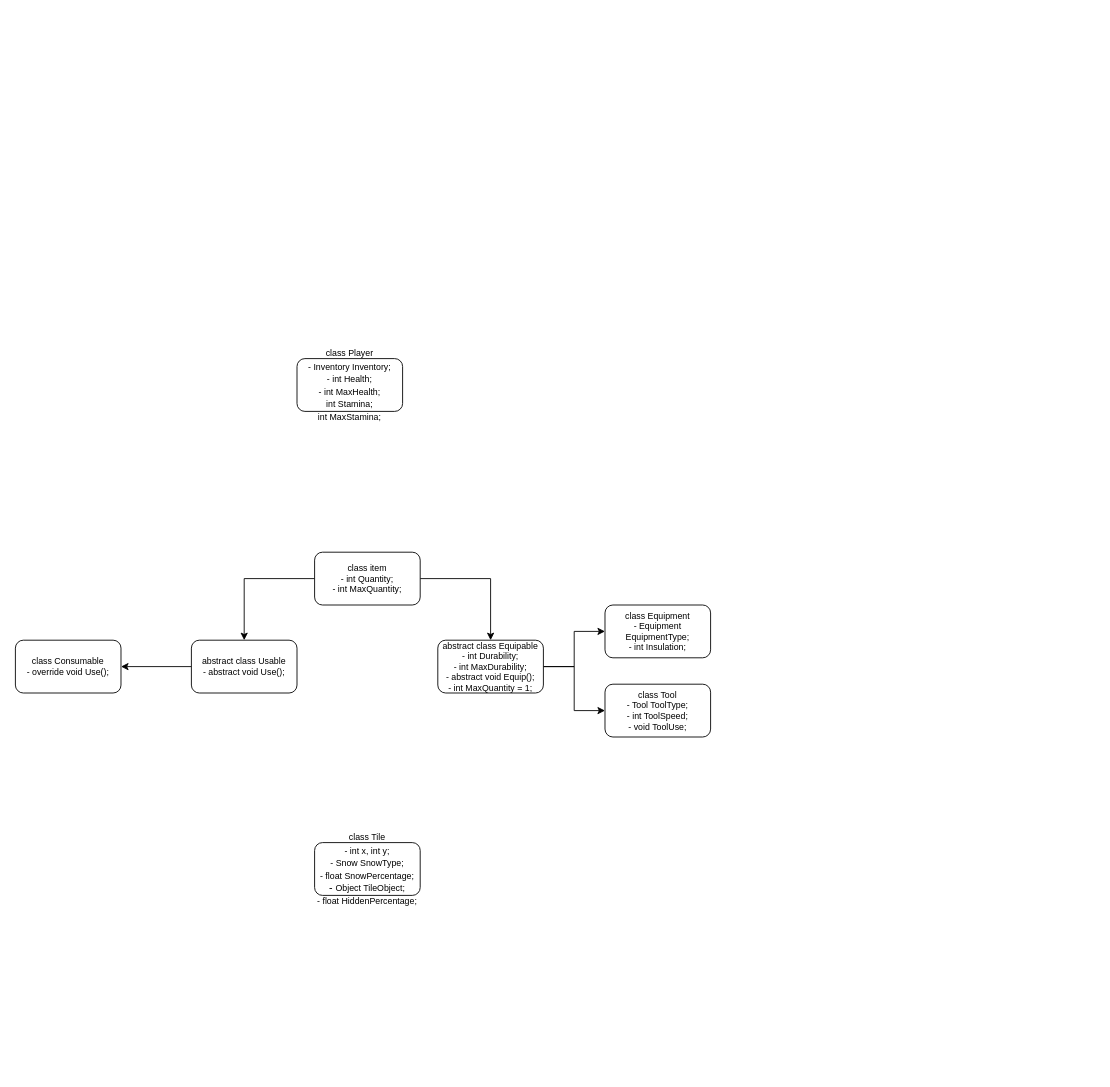
Before: Assets/architecture.drawio in SlimeChannel/snow, a draw.io diagram. Source tidied: cells renumbered, new cells numbered last; positions are measured from the earlier drawing's top-left corner, leaving out a move shared by most shapes. Both pictures are drawn from the tidied source at 88%, with x=0, y=0 at pixel (15, 358).
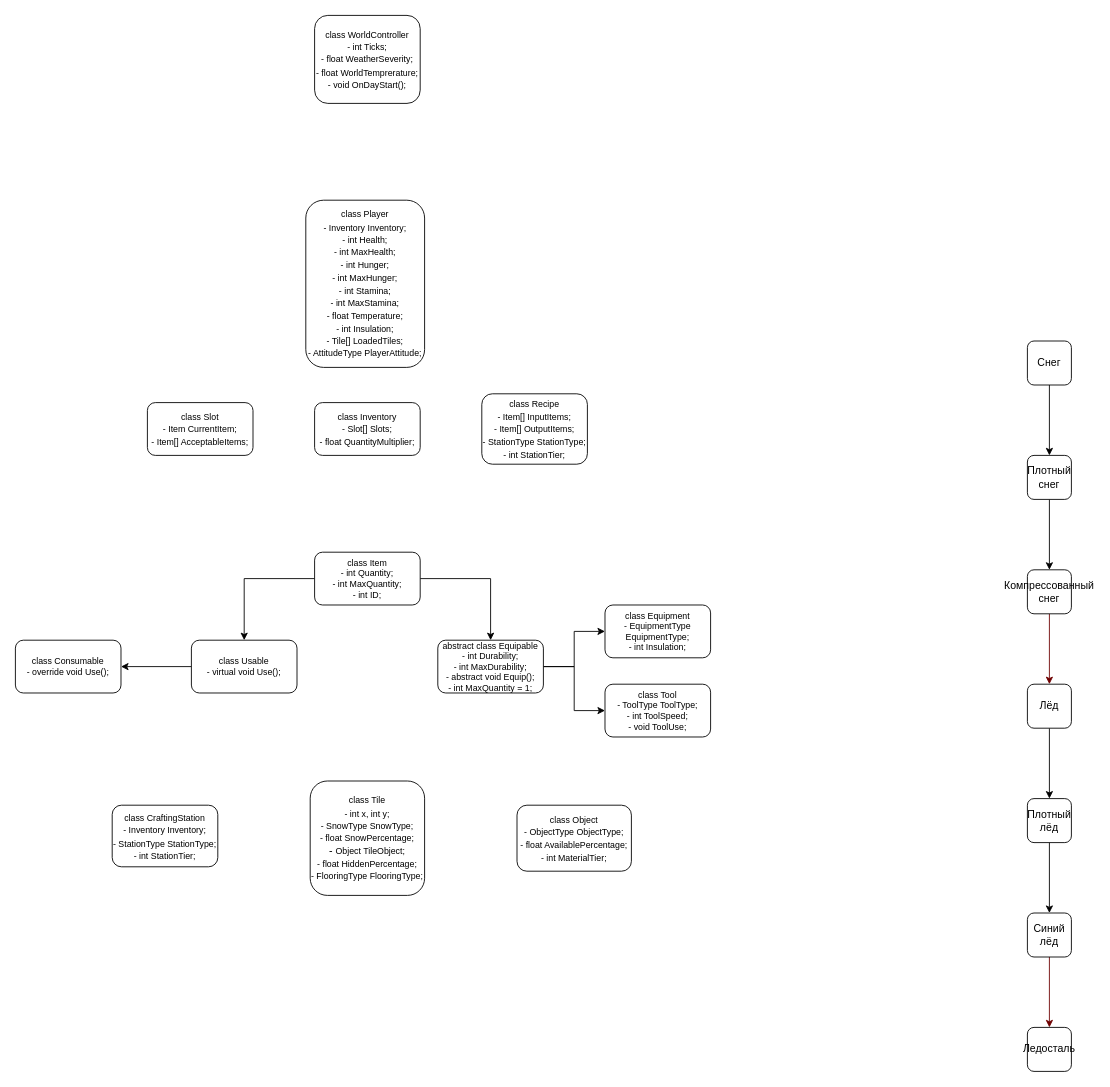
The same page after the edit.

Diff of the diagram source:
```diff
@@
-    <mxCell id="4" value="class item&lt;div&gt;- int Quantity;&lt;/div&gt;&lt;div&gt;- int MaxQuantity;&lt;/div&gt;" style="rounded=1;whiteSpace=wrap;html=1;fontSize=10;" parent="1" vertex="1">
+    <mxCell id="4" value="class Item&lt;div&gt;- int Quantity;&lt;/div&gt;&lt;div&gt;- int MaxQuantity;&lt;/div&gt;&lt;div&gt;- int ID;&lt;/div&gt;" style="rounded=1;whiteSpace=wrap;html=1;fontSize=10;" parent="1" vertex="1">
       <mxGeometry x="340" y="220" width="120" height="60" as="geometry" />
     </mxCell>
@@
-    <mxCell id="6" value="abstract class Usable&lt;div&gt;- abstract void Use();&lt;/div&gt;" style="whiteSpace=wrap;html=1;rounded=1;fontSize=10;" parent="1" vertex="1">
+    <mxCell id="6" value="class Usable&lt;div&gt;- virtual void Use();&lt;/div&gt;" style="whiteSpace=wrap;html=1;rounded=1;fontSize=10;" parent="1" vertex="1">
       <mxGeometry x="200" y="320" width="120" height="60" as="geometry" />
     </mxCell>
@@
-    <mxCell id="11" value="&lt;div&gt;&lt;span style=&quot;background-color: transparent; color: light-dark(rgb(0, 0, 0), rgb(255, 255, 255));&quot;&gt;class Tool&lt;/span&gt;&lt;/div&gt;&lt;div&gt;&lt;span style=&quot;background-color: transparent; color: light-dark(rgb(0, 0, 0), rgb(255, 255, 255));&quot;&gt;- Tool ToolType;&lt;/span&gt;&lt;/div&gt;&lt;div&gt;&lt;span style=&quot;background-color: transparent; color: light-dark(rgb(0, 0, 0), rgb(255, 255, 255));&quot;&gt;- int ToolSpeed;&lt;/span&gt;&lt;/div&gt;&lt;div&gt;&lt;span style=&quot;background-color: transparent; color: light-dark(rgb(0, 0, 0), rgb(255, 255, 255));&quot;&gt;- void ToolUse;&lt;/span&gt;&lt;/div&gt;" style="whiteSpace=wrap;html=1;rounded=1;fontSize=10;" parent="1" vertex="1">
+    <mxCell id="11" value="&lt;div&gt;&lt;span style=&quot;background-color: transparent; color: light-dark(rgb(0, 0, 0), rgb(255, 255, 255));&quot;&gt;class Tool&lt;/span&gt;&lt;/div&gt;&lt;div&gt;&lt;span style=&quot;background-color: transparent; color: light-dark(rgb(0, 0, 0), rgb(255, 255, 255));&quot;&gt;- ToolType ToolType;&lt;/span&gt;&lt;/div&gt;&lt;div&gt;&lt;span style=&quot;background-color: transparent; color: light-dark(rgb(0, 0, 0), rgb(255, 255, 255));&quot;&gt;- int ToolSpeed;&lt;/span&gt;&lt;/div&gt;&lt;div&gt;&lt;span style=&quot;background-color: transparent; color: light-dark(rgb(0, 0, 0), rgb(255, 255, 255));&quot;&gt;- void ToolUse;&lt;/span&gt;&lt;/div&gt;" style="whiteSpace=wrap;html=1;rounded=1;fontSize=10;" parent="1" vertex="1">
       <mxGeometry x="670" y="370" width="120" height="60" as="geometry" />
     </mxCell>
-    <mxCell id="12" value="class Equipment&lt;div&gt;- Equipment EquipmentType;&lt;br&gt;&lt;div&gt;- int Insulation;&lt;/div&gt;&lt;/div&gt;" style="whiteSpace=wrap;html=1;rounded=1;fontSize=10;" parent="1" vertex="1">
+    <mxCell id="12" value="class Equipment&lt;div&gt;- EquipmentType EquipmentType;&lt;br&gt;&lt;div&gt;- int Insulation;&lt;/div&gt;&lt;/div&gt;" style="whiteSpace=wrap;html=1;rounded=1;fontSize=10;" parent="1" vertex="1">
       <mxGeometry x="670" y="280" width="120" height="60" as="geometry" />
     </mxCell>
-    <mxCell id="13" value="&lt;font style=&quot;font-size: 10px;&quot;&gt;class Tile&lt;/font&gt;&lt;div&gt;&lt;font style=&quot;font-size: 10px;&quot;&gt;- int x, int y;&lt;/font&gt;&lt;/div&gt;&lt;div&gt;&lt;font style=&quot;font-size: 10px;&quot;&gt;- Snow SnowType;&lt;/font&gt;&lt;/div&gt;&lt;div&gt;&lt;font style=&quot;font-size: 10px;&quot;&gt;- float SnowPercentage;&lt;/font&gt;&lt;/div&gt;&lt;div&gt;- &lt;font style=&quot;font-size: 10px;&quot;&gt;Object TileObject;&lt;/font&gt;&lt;/div&gt;&lt;div&gt;&lt;font style=&quot;font-size: 10px;&quot;&gt;- float HiddenPercentage;&lt;/font&gt;&lt;/div&gt;" style="rounded=1;whiteSpace=wrap;html=1;" parent="1" vertex="1">
-      <mxGeometry x="340" y="550" width="120" height="60" as="geometry" />
+    <mxCell id="13" value="&lt;font style=&quot;font-size: 10px;&quot;&gt;class Tile&lt;/font&gt;&lt;div&gt;&lt;font style=&quot;font-size: 10px;&quot;&gt;- int x, int y;&lt;/font&gt;&lt;/div&gt;&lt;div&gt;&lt;font style=&quot;font-size: 10px;&quot;&gt;- SnowType SnowType;&lt;/font&gt;&lt;/div&gt;&lt;div&gt;&lt;font style=&quot;font-size: 10px;&quot;&gt;- float SnowPercentage;&lt;/font&gt;&lt;/div&gt;&lt;div&gt;- &lt;font style=&quot;font-size: 10px;&quot;&gt;Object TileObject;&lt;/font&gt;&lt;/div&gt;&lt;div&gt;&lt;font style=&quot;font-size: 10px;&quot;&gt;- float HiddenPercentage;&lt;/font&gt;&lt;/div&gt;&lt;div&gt;&lt;font style=&quot;font-size: 10px;&quot;&gt;- FlooringType FlooringType;&lt;/font&gt;&lt;/div&gt;" style="rounded=1;whiteSpace=wrap;html=1;" parent="1" vertex="1">
+      <mxGeometry x="335" y="480" width="130" height="130" as="geometry" />
     </mxCell>
-    <mxCell id="14" value="&lt;font style=&quot;font-size: 10px;&quot;&gt;class Player&lt;/font&gt;&lt;div&gt;&lt;font style=&quot;font-size: 10px;&quot;&gt;- Inventory Inventory;&lt;/font&gt;&lt;/div&gt;&lt;div&gt;&lt;font style=&quot;font-size: 10px;&quot;&gt;- int Health;&lt;/font&gt;&lt;/div&gt;&lt;div&gt;&lt;font style=&quot;font-size: 10px;&quot;&gt;- int MaxHealth;&lt;/font&gt;&lt;/div&gt;&lt;div&gt;&lt;font style=&quot;font-size: 10px;&quot;&gt;int Stamina;&lt;/font&gt;&lt;/div&gt;&lt;div&gt;&lt;font style=&quot;font-size: 10px;&quot;&gt;int MaxStamina;&lt;/font&gt;&lt;/div&gt;" style="rounded=1;whiteSpace=wrap;html=1;" parent="1" vertex="1">
-      <mxGeometry x="320" width="120" height="60" as="geometry" />
+    <mxCell id="14" value="&lt;font style=&quot;font-size: 10px;&quot;&gt;class Player&lt;/font&gt;&lt;div&gt;&lt;font style=&quot;font-size: 10px;&quot;&gt;- Inventory Inventory;&lt;/font&gt;&lt;/div&gt;&lt;div&gt;&lt;font style=&quot;font-size: 10px;&quot;&gt;- int Health;&lt;/font&gt;&lt;/div&gt;&lt;div&gt;&lt;font style=&quot;font-size: 10px;&quot;&gt;- int MaxHealth;&lt;/font&gt;&lt;/div&gt;&lt;div&gt;&lt;font style=&quot;font-size: 10px;&quot;&gt;- int Hunger;&lt;/font&gt;&lt;/div&gt;&lt;div&gt;&lt;font style=&quot;font-size: 10px;&quot;&gt;- int MaxHunger;&lt;/font&gt;&lt;/div&gt;&lt;div&gt;&lt;font style=&quot;font-size: 10px;&quot;&gt;- int Stamina;&lt;/font&gt;&lt;/div&gt;&lt;div&gt;&lt;font style=&quot;font-size: 10px;&quot;&gt;- int MaxStamina;&lt;/font&gt;&lt;/div&gt;&lt;div&gt;&lt;span style=&quot;font-size: 10px;&quot;&gt;- float Temperature;&lt;/span&gt;&lt;/div&gt;&lt;div&gt;&lt;span style=&quot;font-size: 10px;&quot;&gt;- int Insulation;&lt;/span&gt;&lt;/div&gt;&lt;div&gt;&lt;span style=&quot;font-size: 10px;&quot;&gt;- Tile[] LoadedTiles;&lt;/span&gt;&lt;/div&gt;&lt;div&gt;&lt;span style=&quot;font-size: 10px;&quot;&gt;- AttitudeType PlayerAttitude;&lt;/span&gt;&lt;/div&gt;" style="rounded=1;whiteSpace=wrap;html=1;" parent="1" vertex="1">
+      <mxGeometry x="330" y="-180" width="135" height="190" as="geometry" />
     </mxCell>
+    <mxCell id="15" value="&lt;font style=&quot;font-size: 10px;&quot;&gt;class Object&lt;/font&gt;&lt;div&gt;&lt;font style=&quot;font-size: 10px;&quot;&gt;- ObjectType ObjectType;&lt;/font&gt;&lt;/div&gt;&lt;div&gt;&lt;font style=&quot;font-size: 10px;&quot;&gt;- float AvailablePercentage;&lt;/font&gt;&lt;/div&gt;&lt;div&gt;&lt;font style=&quot;font-size: 10px;&quot;&gt;- int MaterialTier;&lt;/font&gt;&lt;/div&gt;" style="rounded=1;whiteSpace=wrap;html=1;" parent="1" vertex="1">
+      <mxGeometry x="570" y="507.5" width="130" height="75" as="geometry" />
+    </mxCell>
+    <mxCell id="16" value="&lt;font style=&quot;font-size: 10px;&quot;&gt;class Inventory&lt;/font&gt;&lt;div&gt;&lt;font style=&quot;font-size: 10px;&quot;&gt;- Slot[] Slots;&lt;/font&gt;&lt;/div&gt;&lt;div&gt;&lt;font style=&quot;font-size: 10px;&quot;&gt;- float QuantityMultiplier;&lt;/font&gt;&lt;/div&gt;" style="rounded=1;whiteSpace=wrap;html=1;" parent="1" vertex="1">
+      <mxGeometry x="340" y="50" width="120" height="60" as="geometry" />
+    </mxCell>
+    <mxCell id="17" value="&lt;font style=&quot;font-size: 10px;&quot;&gt;class CraftingStation&lt;/font&gt;&lt;div&gt;&lt;font style=&quot;font-size: 10px;&quot;&gt;- Inventory Inventory;&lt;/font&gt;&lt;/div&gt;&lt;div&gt;&lt;span style=&quot;font-size: 10px; background-color: transparent; color: light-dark(rgb(0, 0, 0), rgb(255, 255, 255));&quot;&gt;- StationType StationType;&lt;/span&gt;&lt;/div&gt;&lt;div&gt;&lt;div&gt;&lt;font style=&quot;font-size: 10px;&quot;&gt;- int StationTier;&lt;/font&gt;&lt;/div&gt;&lt;/div&gt;" style="rounded=1;whiteSpace=wrap;html=1;" parent="1" vertex="1">
+      <mxGeometry x="110" y="507.5" width="120" height="70" as="geometry" />
+    </mxCell>
+    <mxCell id="18" value="&lt;font style=&quot;font-size: 10px;&quot;&gt;class Recipe&lt;/font&gt;&lt;div&gt;&lt;font style=&quot;font-size: 10px;&quot;&gt;- Item[] InputItems;&lt;/font&gt;&lt;/div&gt;&lt;div&gt;&lt;font style=&quot;font-size: 10px;&quot;&gt;- Item[] OutputItems;&lt;/font&gt;&lt;/div&gt;&lt;div&gt;&lt;font style=&quot;font-size: 10px;&quot;&gt;- StationType StationType;&lt;/font&gt;&lt;/div&gt;&lt;div&gt;&lt;font style=&quot;font-size: 10px;&quot;&gt;- int StationTier;&lt;/font&gt;&lt;/div&gt;" style="rounded=1;whiteSpace=wrap;html=1;" parent="1" vertex="1">
+      <mxGeometry x="530" y="40" width="120" height="80" as="geometry" />
+    </mxCell>
+    <mxCell id="19" value="&lt;font size=&quot;1&quot;&gt;class Slot&lt;/font&gt;&lt;div&gt;&lt;font size=&quot;1&quot;&gt;- Item CurrentItem;&lt;/font&gt;&lt;/div&gt;&lt;div&gt;&lt;font size=&quot;1&quot;&gt;- Item[] AcceptableItems;&lt;/font&gt;&lt;/div&gt;" style="rounded=1;whiteSpace=wrap;html=1;" parent="1" vertex="1">
+      <mxGeometry x="150" y="50" width="120" height="60" as="geometry" />
+    </mxCell>
+    <mxCell id="20" value="&lt;font style=&quot;font-size: 10px;&quot;&gt;class WorldController&lt;/font&gt;&lt;div&gt;&lt;span style=&quot;font-size: 10px;&quot;&gt;- int Ticks;&lt;/span&gt;&lt;/div&gt;&lt;div&gt;&lt;span style=&quot;font-size: 10px;&quot;&gt;- float WeatherSeverity;&lt;/span&gt;&lt;/div&gt;&lt;div&gt;&lt;span style=&quot;font-size: 10px;&quot;&gt;- float WorldTemprerature;&lt;/span&gt;&lt;/div&gt;&lt;div&gt;&lt;span style=&quot;font-size: 10px;&quot;&gt;- void OnDayStart();&lt;/span&gt;&lt;/div&gt;" style="rounded=1;whiteSpace=wrap;html=1;" parent="1" vertex="1">
+      <mxGeometry x="340" y="-390" width="120" height="100" as="geometry" />
+    </mxCell>
+    <mxCell id="21" style="edgeStyle=orthogonalEdgeStyle;rounded=0;jettySize=auto;html=1;" parent="1" edge="1" source="22" target="24">
+      <mxGeometry relative="1" as="geometry" />
+    </mxCell>
+    <mxCell id="22" value="Снег" style="rounded=1;whiteSpace=wrap;html=1;" parent="1" vertex="1">
+      <mxGeometry x="1150" y="-20" width="50" height="50" as="geometry" />
+    </mxCell>
+    <mxCell id="23" style="edgeStyle=orthogonalEdgeStyle;rounded=0;jettySize=auto;html=1;" parent="1" edge="1" source="24" target="26">
+      <mxGeometry relative="1" as="geometry" />
+    </mxCell>
+    <mxCell id="24" value="Плотный снег" style="rounded=1;whiteSpace=wrap;html=1;" parent="1" vertex="1">
+      <mxGeometry x="1150" y="110" width="50" height="50" as="geometry" />
+    </mxCell>
+    <mxCell id="25" style="edgeStyle=orthogonalEdgeStyle;rounded=0;jettySize=auto;html=1;fillColor=#a20025;strokeColor=#6F0000;" parent="1" edge="1" source="26" target="28">
+      <mxGeometry relative="1" as="geometry" />
+    </mxCell>
+    <mxCell id="26" value="Компрессованный снег" style="rounded=1;whiteSpace=wrap;html=1;" parent="1" vertex="1">
+      <mxGeometry x="1150" y="240" width="50" height="50" as="geometry" />
+    </mxCell>
+    <mxCell id="27" style="edgeStyle=orthogonalEdgeStyle;rounded=0;jettySize=auto;html=1;" parent="1" edge="1" source="28" target="30">
+      <mxGeometry relative="1" as="geometry" />
+    </mxCell>
+    <mxCell id="28" value="Лёд" style="rounded=1;whiteSpace=wrap;html=1;" parent="1" vertex="1">
+      <mxGeometry x="1150" y="370" width="50" height="50" as="geometry" />
+    </mxCell>
+    <mxCell id="29" style="edgeStyle=orthogonalEdgeStyle;rounded=0;jettySize=auto;html=1;" parent="1" edge="1" source="30" target="32">
+      <mxGeometry relative="1" as="geometry" />
+    </mxCell>
+    <mxCell id="30" value="Плотный лёд" style="rounded=1;whiteSpace=wrap;html=1;" parent="1" vertex="1">
+      <mxGeometry x="1150" y="500" width="50" height="50" as="geometry" />
+    </mxCell>
+    <mxCell id="31" style="edgeStyle=orthogonalEdgeStyle;rounded=0;jettySize=auto;html=1;fillColor=#a20025;strokeColor=#6F0000;" parent="1" edge="1" source="32" target="33">
+      <mxGeometry relative="1" as="geometry" />
+    </mxCell>
+    <mxCell id="32" value="Синий лёд" style="rounded=1;whiteSpace=wrap;html=1;" parent="1" vertex="1">
+      <mxGeometry x="1150" y="630" width="50" height="50" as="geometry" />
+    </mxCell>
+    <mxCell id="33" value="Ледосталь" style="rounded=1;whiteSpace=wrap;html=1;" parent="1" vertex="1">
+      <mxGeometry x="1150" y="760" width="50" height="50" as="geometry" />
+    </mxCell>
```
